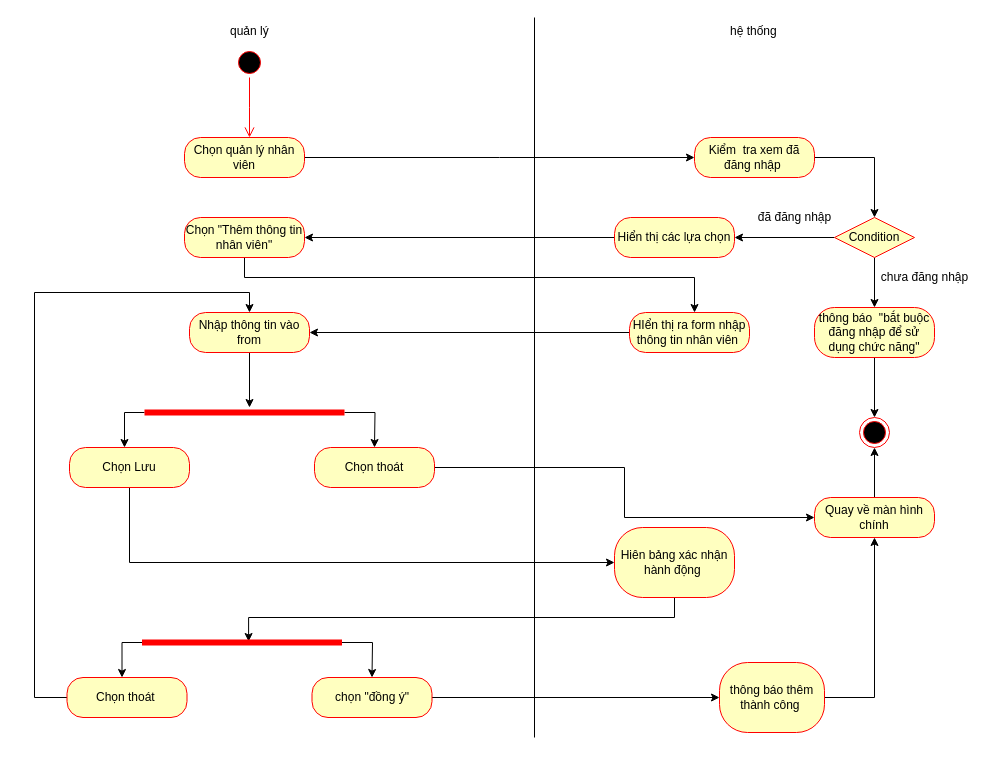
Before: page "thêm nv" (2 of 16) of Untitled Diagram.drawio in sonha1/aaaa, a draw.io diagram. Source tidied: cells renumbered, new cells numbered last; positions are measured from the earlier drawing's top-left corner, leaving out a move shared by most shapes. Both pictures are drawn from the tidied source at 100%, with x=0, y=0 at pixel (34, 17).
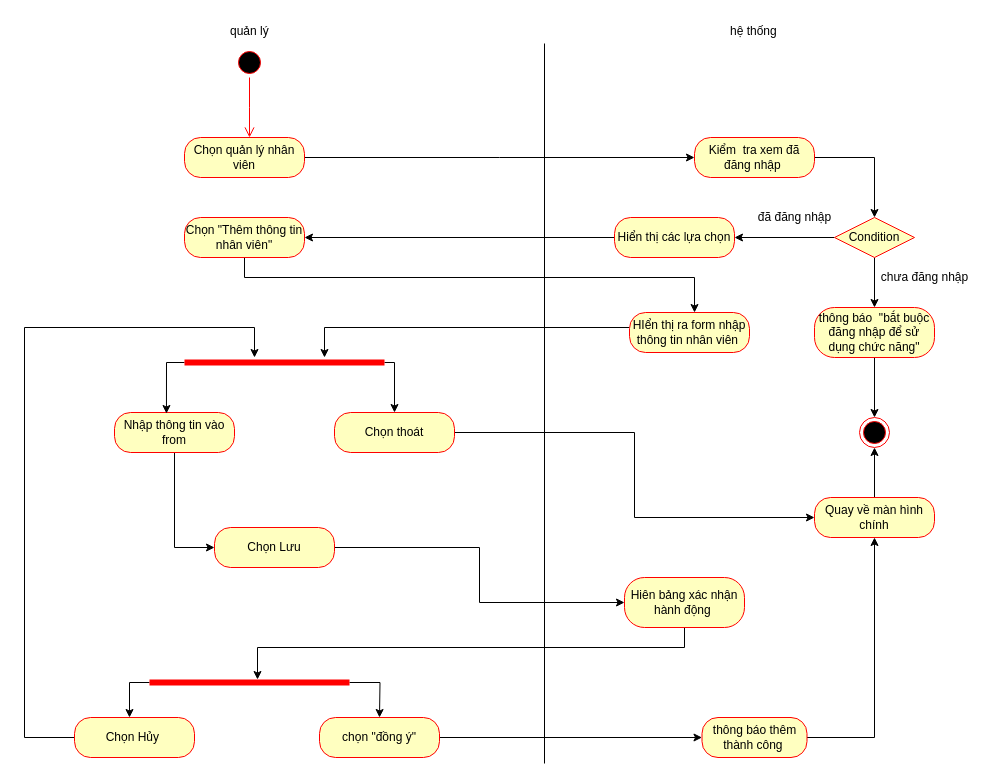
The same page after the edit.

Unchanged cells that the change refers to:
```xml
<mxCell id="23" value="HIển thị ra form nhập thông tin nhân viên&amp;nbsp;" style="rounded=1;whiteSpace=wrap;html=1;arcSize=40;fontColor=#000000;fillColor=#ffffc0;strokeColor=#ff0000;" parent="1" vertex="1">
  <mxGeometry x="595" y="295" width="120" height="40" as="geometry" />
</mxCell>
<mxCell id="32" value="Quay về màn hình chính" style="rounded=1;whiteSpace=wrap;html=1;arcSize=40;fontColor=#000000;fillColor=#ffffc0;strokeColor=#ff0000;" parent="1" vertex="1">
  <mxGeometry x="780" y="480" width="120" height="40" as="geometry" />
</mxCell>
```

What changed in the source:
```diff
@@
     <mxCell id="4" style="endArrow=none;html=1;edgeStyle=orthogonalEdgeStyle;rounded=0;" parent="1" edge="1">
       <mxGeometry relative="1" as="geometry">
-        <mxPoint x="500" y="720" as="sourcePoint" />
-        <mxPoint x="500" as="targetPoint" />
+        <mxPoint x="510" y="746" as="sourcePoint" />
+        <mxPoint x="510" y="26" as="targetPoint" />
         <Array as="points">
-          <mxPoint x="500" />
+          <mxPoint x="510" y="26" />
         </Array>
       </mxGeometry>
     </mxCell>
@@
-    <mxCell id="22" style="edgeStyle=orthogonalEdgeStyle;rounded=0;jettySize=auto;html=1;entryX=1;entryY=0.5;entryDx=0;entryDy=0;" parent="1" edge="1" source="23" target="25">
-      <mxGeometry relative="1" as="geometry" />
-    </mxCell>
+    <mxCell id="47" style="edgeStyle=orthogonalEdgeStyle;rounded=0;jettySize=auto;html=1;" parent="1" edge="1" source="23" target="53">
+      <mxGeometry relative="1" as="geometry">
+        <Array as="points">
+          <mxPoint x="290" y="310" />
+        </Array>
+      </mxGeometry>
+    </mxCell>
@@
-    <mxCell id="24" style="edgeStyle=orthogonalEdgeStyle;rounded=0;jettySize=auto;html=1;entryX=0.525;entryY=0;entryDx=0;entryDy=0;entryPerimeter=0;" parent="1" edge="1" source="25" target="28">
-      <mxGeometry relative="1" as="geometry" />
-    </mxCell>
+    <mxCell id="48" style="edgeStyle=orthogonalEdgeStyle;rounded=0;jettySize=auto;html=1;exitX=0.5;exitY=1;exitDx=0;exitDy=0;" parent="1" edge="1" source="25">
+      <mxGeometry relative="1" as="geometry">
+        <mxPoint x="130" y="400" as="targetPoint" />
+      </mxGeometry>
+    </mxCell>
+    <mxCell id="49" style="edgeStyle=orthogonalEdgeStyle;rounded=0;jettySize=auto;html=1;entryX=0;entryY=0.5;entryDx=0;entryDy=0;" parent="1" edge="1" source="25" target="34">
+      <mxGeometry relative="1" as="geometry" />
+    </mxCell>
     <mxCell id="25" value="Nhập thông tin vào from" style="rounded=1;whiteSpace=wrap;html=1;arcSize=40;fontColor=#000000;fillColor=#ffffc0;strokeColor=#ff0000;" parent="1" vertex="1">
-      <mxGeometry x="155" y="295" width="120" height="40" as="geometry" />
+      <mxGeometry x="80" y="395" width="120" height="40" as="geometry" />
     </mxCell>
-    <mxCell id="26" style="edgeStyle=orthogonalEdgeStyle;rounded=0;jettySize=auto;html=1;" parent="1" edge="1" source="28">
-      <mxGeometry relative="1" as="geometry">
-        <mxPoint x="340" y="430" as="targetPoint" />
-      </mxGeometry>
-    </mxCell>
-    <mxCell id="27" style="edgeStyle=orthogonalEdgeStyle;rounded=0;jettySize=auto;html=1;" parent="1" edge="1" source="28">
-      <mxGeometry relative="1" as="geometry">
-        <mxPoint x="90" y="430" as="targetPoint" />
-        <Array as="points">
-          <mxPoint x="90" y="395" />
-        </Array>
-      </mxGeometry>
-    </mxCell>
-    <mxCell id="28" style="shape=line;html=1;strokeWidth=6;strokeColor=#ff0000;" parent="1" vertex="1">
-      <mxGeometry x="110" y="390" width="200" height="10" as="geometry" />
-    </mxCell>
@@
     <mxCell id="30" value="Chọn thoát" style="rounded=1;whiteSpace=wrap;html=1;arcSize=40;fontColor=#000000;fillColor=#ffffc0;strokeColor=#ff0000;" parent="1" vertex="1">
-      <mxGeometry x="280" y="430" width="120" height="40" as="geometry" />
+      <mxGeometry x="300" y="395" width="120" height="40" as="geometry" />
     </mxCell>
@@
     <mxCell id="33" style="edgeStyle=orthogonalEdgeStyle;rounded=0;jettySize=auto;html=1;entryX=0;entryY=0.5;entryDx=0;entryDy=0;" parent="1" edge="1" source="34" target="36">
-      <mxGeometry relative="1" as="geometry">
-        <Array as="points">
-          <mxPoint x="95" y="545" />
-        </Array>
-      </mxGeometry>
+      <mxGeometry relative="1" as="geometry" />
     </mxCell>
     <mxCell id="34" value="Chọn Lưu" style="rounded=1;whiteSpace=wrap;html=1;arcSize=40;fontColor=#000000;fillColor=#ffffc0;strokeColor=#ff0000;" parent="1" vertex="1">
-      <mxGeometry x="35" y="430" width="120" height="40" as="geometry" />
+      <mxGeometry x="180" y="510" width="120" height="40" as="geometry" />
     </mxCell>
-    <mxCell id="35" style="edgeStyle=orthogonalEdgeStyle;rounded=0;jettySize=auto;html=1;entryX=0.533;entryY=0.4;entryDx=0;entryDy=0;entryPerimeter=0;" parent="1" edge="1" source="36" target="40">
+    <mxCell id="35" style="edgeStyle=orthogonalEdgeStyle;rounded=0;jettySize=auto;html=1;entryX=0.54;entryY=0.2;entryDx=0;entryDy=0;entryPerimeter=0;" parent="1" edge="1" source="36" target="40">
       <mxGeometry relative="1" as="geometry">
         <Array as="points">
-          <mxPoint x="640" y="600" />
-          <mxPoint x="214" y="600" />
+          <mxPoint x="650" y="630" />
+          <mxPoint x="223" y="630" />
         </Array>
       </mxGeometry>
     </mxCell>
     <mxCell id="36" value="Hiên bảng xác nhận hành động&amp;nbsp;" style="rounded=1;whiteSpace=wrap;html=1;arcSize=40;fontColor=#000000;fillColor=#ffffc0;strokeColor=#ff0000;" parent="1" vertex="1">
-      <mxGeometry x="580" y="510" width="120" height="70" as="geometry" />
+      <mxGeometry x="590" y="560" width="120" height="50" as="geometry" />
     </mxCell>
@@
     <mxCell id="38" style="edgeStyle=orthogonalEdgeStyle;rounded=0;jettySize=auto;html=1;" parent="1" edge="1" source="40">
       <mxGeometry relative="1" as="geometry">
-        <mxPoint x="337.5" y="660" as="targetPoint" />
+        <mxPoint x="345" y="700" as="targetPoint" />
       </mxGeometry>
     </mxCell>
     <mxCell id="39" style="edgeStyle=orthogonalEdgeStyle;rounded=0;jettySize=auto;html=1;" parent="1" edge="1" source="40">
       <mxGeometry relative="1" as="geometry">
-        <mxPoint x="87.5" y="660" as="targetPoint" />
+        <mxPoint x="95" y="700" as="targetPoint" />
         <Array as="points">
-          <mxPoint x="87.5" y="625" />
+          <mxPoint x="95" y="665" />
         </Array>
       </mxGeometry>
     </mxCell>
     <mxCell id="40" style="shape=line;html=1;strokeWidth=6;strokeColor=#ff0000;" parent="1" vertex="1">
-      <mxGeometry x="107.5" y="620" width="200" height="10" as="geometry" />
+      <mxGeometry x="115" y="660" width="200" height="10" as="geometry" />
     </mxCell>
@@
     <mxCell id="42" value="chọn &quot;đồng ý&quot;" style="rounded=1;whiteSpace=wrap;html=1;arcSize=40;fontColor=#000000;fillColor=#ffffc0;strokeColor=#ff0000;" parent="1" vertex="1">
-      <mxGeometry x="277.5" y="660" width="120" height="40" as="geometry" />
+      <mxGeometry x="285" y="700" width="120" height="40" as="geometry" />
     </mxCell>
-    <mxCell id="43" style="edgeStyle=orthogonalEdgeStyle;rounded=0;jettySize=auto;html=1;entryX=0.5;entryY=0;entryDx=0;entryDy=0;" parent="1" edge="1" source="44" target="25">
-      <mxGeometry relative="1" as="geometry">
-        <Array as="points">
-          <mxPoint y="680" />
-          <mxPoint y="275" />
-          <mxPoint x="215" y="275" />
-        </Array>
-      </mxGeometry>
-    </mxCell>
+    <mxCell id="50" style="edgeStyle=orthogonalEdgeStyle;rounded=0;jettySize=auto;html=1;" parent="1" edge="1" source="44" target="53">
+      <mxGeometry relative="1" as="geometry">
+        <Array as="points">
+          <mxPoint x="-10" y="720" />
+          <mxPoint x="-10" y="310" />
+          <mxPoint x="220" y="310" />
+        </Array>
+      </mxGeometry>
+    </mxCell>
-    <mxCell id="44" value="Chọn thoát&amp;nbsp;" style="rounded=1;whiteSpace=wrap;html=1;arcSize=40;fontColor=#000000;fillColor=#ffffc0;strokeColor=#ff0000;" parent="1" vertex="1">
-      <mxGeometry x="32.5" y="660" width="120" height="40" as="geometry" />
+    <mxCell id="44" value="Chọn Hủy&amp;nbsp;" style="rounded=1;whiteSpace=wrap;html=1;arcSize=40;fontColor=#000000;fillColor=#ffffc0;strokeColor=#ff0000;" parent="1" vertex="1">
+      <mxGeometry x="40" y="700" width="120" height="40" as="geometry" />
     </mxCell>
     <mxCell id="45" style="edgeStyle=orthogonalEdgeStyle;rounded=0;jettySize=auto;html=1;entryX=0.5;entryY=1;entryDx=0;entryDy=0;" parent="1" edge="1" source="46" target="32">
       <mxGeometry relative="1" as="geometry">
         <Array as="points">
-          <mxPoint x="840" y="680" />
+          <mxPoint x="840" y="720" />
         </Array>
       </mxGeometry>
     </mxCell>
     <mxCell id="46" value="thông báo thêm thành công&amp;nbsp;" style="rounded=1;whiteSpace=wrap;html=1;arcSize=40;fontColor=#000000;fillColor=#ffffc0;strokeColor=#ff0000;" parent="1" vertex="1">
-      <mxGeometry x="685" y="645" width="105" height="70" as="geometry" />
+      <mxGeometry x="667.5" y="700" width="105" height="40" as="geometry" />
     </mxCell>
+    <mxCell id="51" style="edgeStyle=orthogonalEdgeStyle;rounded=0;jettySize=auto;html=1;entryX=0.433;entryY=0.025;entryDx=0;entryDy=0;entryPerimeter=0;" parent="1" edge="1" source="53" target="25">
+      <mxGeometry relative="1" as="geometry">
+        <Array as="points">
+          <mxPoint x="132" y="345" />
+        </Array>
+      </mxGeometry>
+    </mxCell>
+    <mxCell id="52" style="edgeStyle=orthogonalEdgeStyle;rounded=0;jettySize=auto;html=1;entryX=0.5;entryY=0;entryDx=0;entryDy=0;" parent="1" edge="1" source="53" target="30">
+      <mxGeometry relative="1" as="geometry">
+        <Array as="points">
+          <mxPoint x="360" y="345" />
+        </Array>
+      </mxGeometry>
+    </mxCell>
+    <mxCell id="53" style="shape=line;html=1;strokeWidth=6;strokeColor=#ff0000;" parent="1" vertex="1">
+      <mxGeometry x="150" y="340" width="200" height="10" as="geometry" />
+    </mxCell>
```
